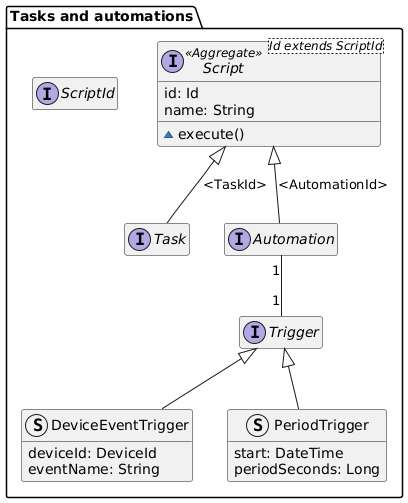
Above: diagrams/generated/tasks-and-automations-domain-model.png in DomoticASW/.github (PlantUML), before the change.
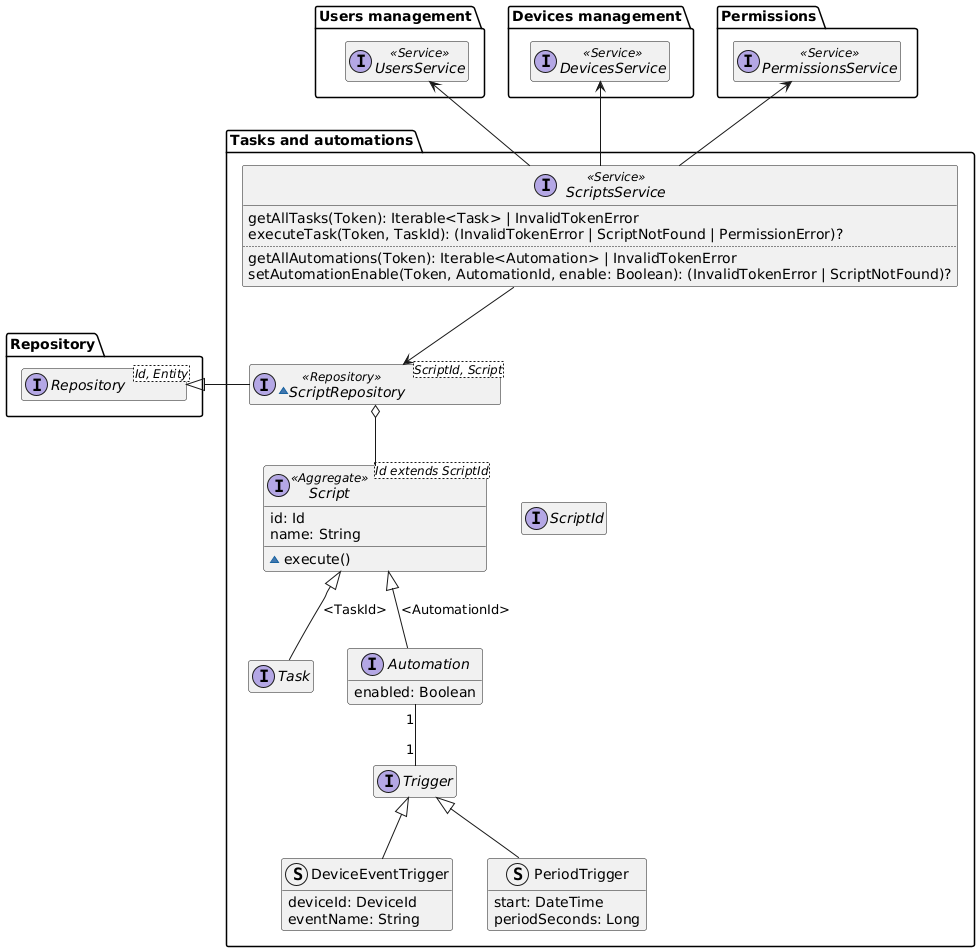
After the change.

Commit message:
Add repositories and service dependencies to tasks and automations diagram

Diff of the diagram source:
```diff
@@ -1,8 +1,21 @@
 @startuml tasks-and-automations-domain-model
 
 hide empty members
+package Repository{
+    interface Repository<Id, Entity>
+}
 
+package "Users management" as UsersManagement {
+    interface UsersService <<Service>>
+}
 
+package "Devices management" as DevicesManagement {
+    interface DevicesService <<Service>>
+}
+
+package Permissions {
+    interface PermissionsService <<Service>>
+}
 
 package "Tasks and automations" {
 
@@ -15,7 +28,9 @@
     }
 
     interface Task
-    interface Automation
+    interface Automation {
+        enabled: Boolean
+    }
 
     interface Trigger
 
@@ -29,9 +44,27 @@
         periodSeconds: Long
     }
 
+    ~interface ScriptRepository<ScriptId, Script> <<Repository>> {
+    }
+    ScriptRepository -l-|> Repository.Repository
+    ScriptRepository o-- Script
+
+    interface ScriptsService <<Service>> {
+        getAllTasks(Token): Iterable<Task> | InvalidTokenError
+        executeTask(Token, TaskId): (InvalidTokenError | ScriptNotFound | PermissionError)?
+        ..
+        getAllAutomations(Token): Iterable<Automation> | InvalidTokenError
+        setAutomationEnable(Token, AutomationId, enable: Boolean): (InvalidTokenError | ScriptNotFound)?
+    }
+
+    Script -[hidden] ScriptId
     Script <|-- Task : "<TaskId>"
     Script <|-- Automation : "<AutomationId>"
     Automation "1" -- "1" Trigger
+    ScriptsService --> ScriptRepository
+    ScriptsService -u-> Permissions.PermissionsService
+    ScriptsService -u-> DevicesManagement.DevicesService
+    ScriptsService -u-> UsersManagement.UsersService
 }
 
 @enduml
```
